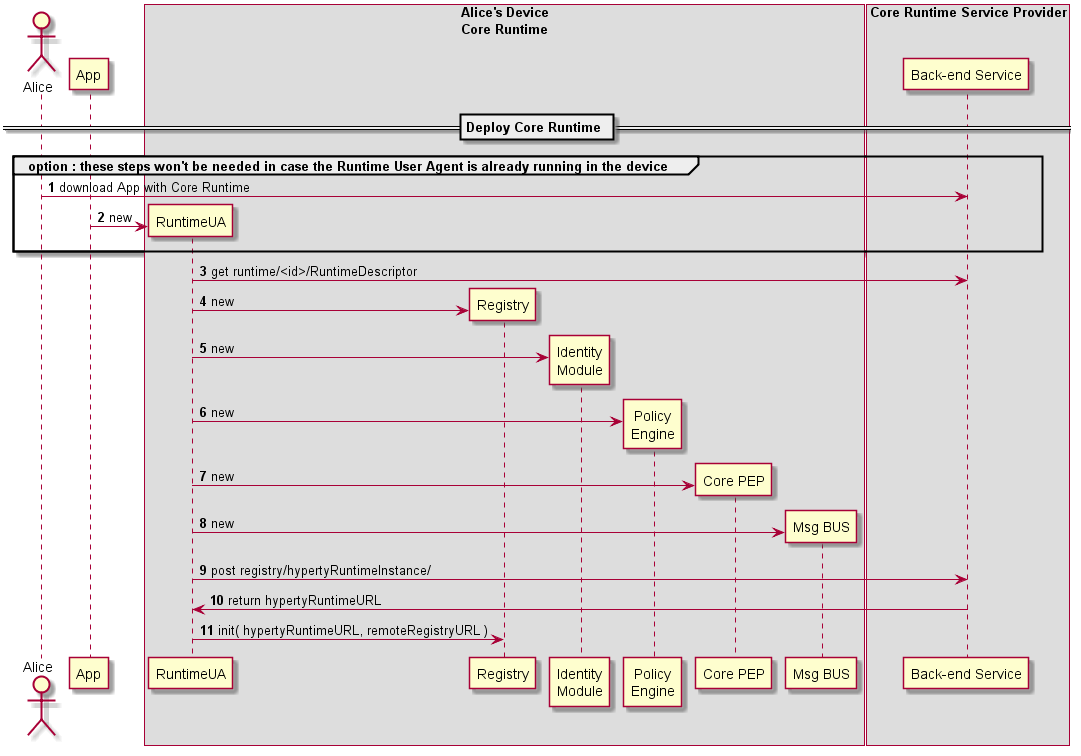
This is docs/specs/runtime/dynamic-view/basics/deploy-runtime.png from reTHINK-project/core-framework, a PlantUML export, as it was before one commit. Its source is kept beside it as docs/specs/runtime/dynamic-view/basics/deploy-runtime.plantuml.
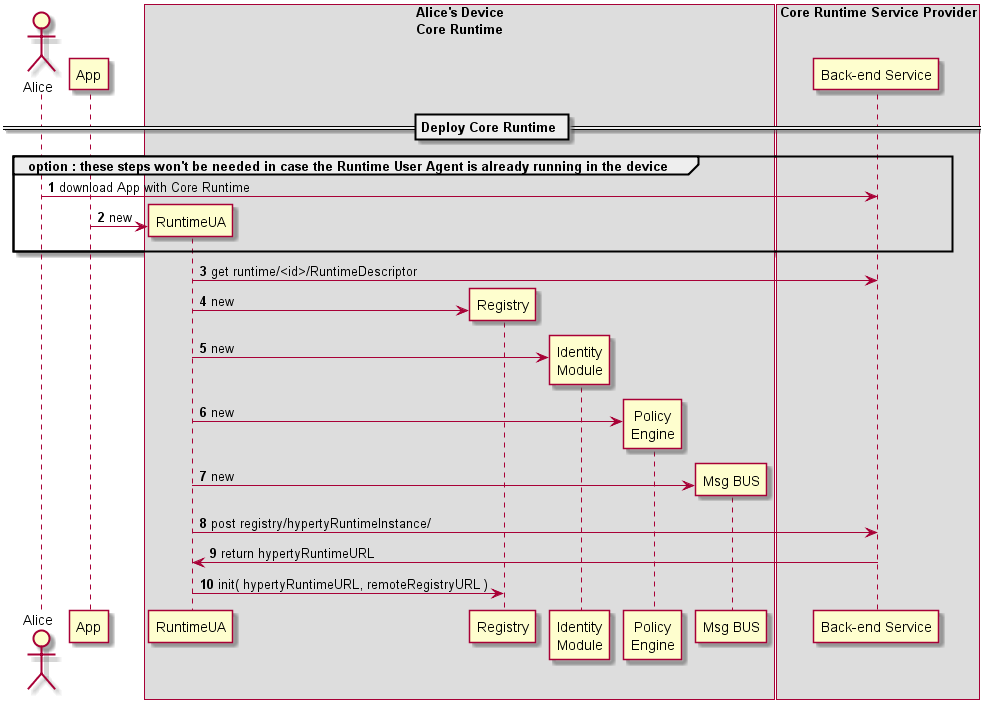
The same file after the commit.

Diff of the diagram source:
```diff
@@ -12,7 +12,6 @@
 !define SHOW_IdentitiesAtRuntimeA
 !define SHOW_AuthAtRuntimeA
 !define SHOW_CoreAgentAtRuntimeA
-!define SHOW_PEPAtRuntimeA
 
 !define SHOW_CoreRuntimeProvider
 
@@ -39,9 +38,6 @@
 create RunAuth@A
 RunUA@A -> RunAuth@A : new
 
-create RunPEP@A
-RunUA@A -> RunPEP@A : new
-
 create BUS@A
 RunUA@A -> BUS@A : new
 
```
